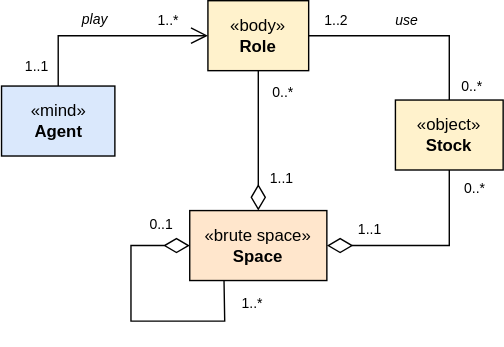
This is docs/diagrams/base_model.drawio.svg from MalcomChumchouaPenda/MC-AB-SFC2, a draw.io export, as it was before one commit. Source tidied: cells renumbered, new cells last; positions are measured from the earlier drawing's top-left corner, leaving out a move shared by most shapes.
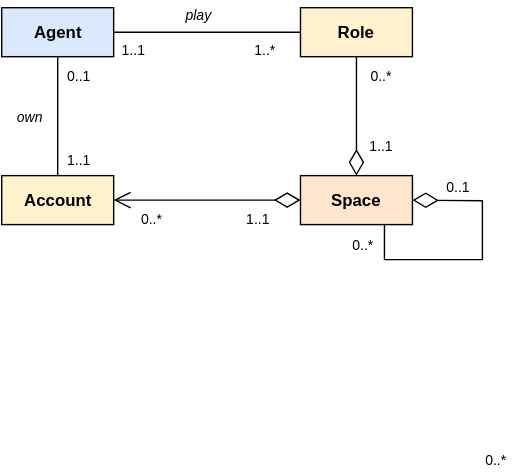
After the commit.

What changed in the source:
```diff
@@ -2,74 +2,77 @@
   <root>
     <mxCell id="0" />
     <mxCell id="1" parent="0" />
-    <mxCell id="2" value="1..2" style="text;html=1;align=center;verticalAlign=middle;whiteSpace=wrap;rounded=0;fontSize=10;strokeColor=none;fontStyle=0;" parent="1" vertex="1">
-      <mxGeometry x="224" y="4" width="30" height="20" as="geometry" />
+    <mxCell id="2" value="0..1" style="text;html=1;align=center;verticalAlign=middle;whiteSpace=wrap;rounded=0;fontSize=10;strokeColor=none;fontStyle=0;" parent="1" vertex="1">
+      <mxGeometry x="295" y="159" width="20" height="15" as="geometry" />
     </mxCell>
     <mxCell id="3" value="0..*" style="text;html=1;align=center;verticalAlign=middle;whiteSpace=wrap;rounded=0;fontSize=10;strokeColor=none;fontStyle=0;" parent="1" vertex="1">
-      <mxGeometry x="323" y="124" width="30" height="20" as="geometry" />
+      <mxGeometry x="317" y="352" width="30" height="20" as="geometry" />
     </mxCell>
-    <mxCell id="4" style="edgeStyle=orthogonalEdgeStyle;html=1;entryX=0;entryY=0.5;entryDx=0;entryDy=0;endArrow=open;endFill=0;endSize=10;startSize=10;strokeColor=#000000;fontStyle=1;exitX=0.5;exitY=0;exitDx=0;exitDy=0;rounded=0;curved=0;" parent="1" edge="1" source="5" target="6">
+    <mxCell id="4" style="edgeStyle=orthogonalEdgeStyle;html=1;entryX=0;entryY=0.5;entryDx=0;entryDy=0;endArrow=none;endFill=0;endSize=10;startSize=10;strokeColor=#000000;fontStyle=1;exitX=1;exitY=0.5;exitDx=0;exitDy=0;rounded=0;curved=0;" parent="1" edge="1" source="5" target="6">
       <mxGeometry relative="1" as="geometry" />
     </mxCell>
-    <mxCell id="5" value="«mind»&lt;br&gt;&lt;b&gt;Agent&lt;/b&gt;" style="html=1;whiteSpace=wrap;fillColor=#dae8fc;strokeColor=#000000;" parent="1" vertex="1">
-      <mxGeometry x="-0.5" y="61" width="81" height="50" as="geometry" />
+    <mxCell id="5" value="&lt;b&gt;Agent&lt;/b&gt;" style="html=1;whiteSpace=wrap;fillColor=#dae8fc;strokeColor=#000000;" parent="1" vertex="1">
+      <mxGeometry x="-21.5" y="39" width="80" height="35" as="geometry" />
     </mxCell>
-    <mxCell id="6" value="«body»&lt;br&gt;&lt;b&gt;Role&lt;/b&gt;" style="html=1;whiteSpace=wrap;fillColor=#fff2cc;strokeColor=#000000;" parent="1" vertex="1">
-      <mxGeometry x="147" width="72" height="50" as="geometry" />
+    <mxCell id="6" value="&lt;b&gt;Role&lt;/b&gt;" style="html=1;whiteSpace=wrap;fillColor=#fff2cc;strokeColor=#000000;" parent="1" vertex="1">
+      <mxGeometry x="192" y="39" width="80" height="35" as="geometry" />
     </mxCell>
-    <mxCell id="7" style="edgeStyle=orthogonalEdgeStyle;html=1;entryX=0.5;entryY=1;entryDx=0;entryDy=0;rounded=0;strokeColor=#000000;endArrow=none;endFill=0;startArrow=diamondThin;startFill=0;endSize=16;startSize=16;exitX=1;exitY=0.5;exitDx=0;exitDy=0;" parent="1" edge="1" source="8" target="9">
+    <mxCell id="7" style="edgeStyle=orthogonalEdgeStyle;html=1;entryX=1;entryY=0.5;entryDx=0;entryDy=0;rounded=0;strokeColor=#000000;endArrow=open;endFill=0;startArrow=diamondThin;startFill=0;endSize=10;startSize=16;exitX=0;exitY=0.5;exitDx=0;exitDy=0;" parent="1" edge="1" source="8" target="9">
       <mxGeometry relative="1" as="geometry" />
     </mxCell>
-    <mxCell id="8" value="«brute space»&lt;br&gt;&lt;b&gt;Space&lt;/b&gt;" style="html=1;whiteSpace=wrap;fillColor=#ffe6cc;strokeColor=#000000;" parent="1" vertex="1">
-      <mxGeometry x="134" y="150" width="98" height="50" as="geometry" />
+    <mxCell id="8" value="&lt;b&gt;Space&lt;/b&gt;" style="html=1;whiteSpace=wrap;fillColor=#ffe6cc;strokeColor=#000000;" parent="1" vertex="1">
+      <mxGeometry x="192" y="159" width="80" height="35" as="geometry" />
     </mxCell>
-    <mxCell id="9" value="«object»&lt;br&gt;&lt;b&gt;Stock&lt;/b&gt;" style="html=1;whiteSpace=wrap;fillColor=#fff2cc;strokeColor=#000000;" parent="1" vertex="1">
-      <mxGeometry x="281" y="71" width="77" height="50" as="geometry" />
+    <mxCell id="9" value="&lt;b&gt;Account&lt;/b&gt;" style="html=1;whiteSpace=wrap;fillColor=#fff2cc;strokeColor=#000000;" parent="1" vertex="1">
+      <mxGeometry x="-21.5" y="159" width="80" height="35" as="geometry" />
     </mxCell>
     <mxCell id="10" value="1..1" style="text;html=1;align=center;verticalAlign=middle;whiteSpace=wrap;rounded=0;fontSize=10;strokeColor=none;fontStyle=0;" parent="1" vertex="1">
-      <mxGeometry x="10" y="37" width="30" height="20" as="geometry" />
+      <mxGeometry x="63" y="61" width="20" height="15" as="geometry" />
     </mxCell>
     <mxCell id="11" value="1..*" style="text;html=1;align=center;verticalAlign=middle;whiteSpace=wrap;rounded=0;fontSize=10;strokeColor=none;fontStyle=0;" parent="1" vertex="1">
-      <mxGeometry x="104" y="4" width="30" height="20" as="geometry" />
+      <mxGeometry x="157" y="61" width="20" height="15" as="geometry" />
     </mxCell>
     <mxCell id="12" style="edgeStyle=orthogonalEdgeStyle;html=1;entryX=0.5;entryY=0;entryDx=0;entryDy=0;exitX=0.5;exitY=1;exitDx=0;exitDy=0;startArrow=none;startFill=0;endArrow=diamondThin;endFill=0;rounded=0;strokeColor=#000000;endSize=16;startSize=16;" parent="1" edge="1" source="6" target="8">
       <mxGeometry relative="1" as="geometry" />
     </mxCell>
-    <mxCell id="13" style="edgeStyle=orthogonalEdgeStyle;html=1;rounded=0;strokeColor=#000000;endArrow=none;endFill=0;startArrow=none;startFill=0;endSize=16;startSize=16;exitX=1;exitY=0.5;exitDx=0;exitDy=0;" parent="1" edge="1" source="6" target="9">
+    <mxCell id="13" style="edgeStyle=orthogonalEdgeStyle;html=1;rounded=0;strokeColor=#000000;endArrow=none;endFill=0;startArrow=none;startFill=0;endSize=16;startSize=16;exitX=0.5;exitY=1;exitDx=0;exitDy=0;" parent="1" edge="1" source="5" target="9">
       <mxGeometry relative="1" as="geometry" />
     </mxCell>
-    <mxCell id="14" style="endArrow=diamondThin;html=1;entryX=0;entryY=0.5;entryDx=0;entryDy=0;exitX=0.25;exitY=1;exitDx=0;exitDy=0;strokeColor=default;rounded=0;curved=0;endFill=0;endSize=16;startSize=16;" parent="1" edge="1" source="8" target="8">
+    <mxCell id="14" style="endArrow=diamondThin;html=1;entryX=1;entryY=0.5;entryDx=0;entryDy=0;exitX=0.75;exitY=1;exitDx=0;exitDy=0;strokeColor=default;rounded=0;curved=0;endFill=0;endSize=16;startSize=16;" parent="1" edge="1" source="8" target="8">
       <mxGeometry relative="1" as="geometry">
         <Array as="points">
-          <mxPoint x="159" y="229" />
-          <mxPoint x="92" y="229" />
-          <mxPoint x="92" y="175" />
+          <mxPoint x="252" y="219" />
+          <mxPoint x="322" y="219" />
+          <mxPoint x="322" y="177" />
         </Array>
       </mxGeometry>
     </mxCell>
-    <mxCell id="15" value="use" style="text;html=1;align=center;verticalAlign=middle;whiteSpace=wrap;rounded=0;fontSize=10;strokeColor=none;fontStyle=2;" parent="1" vertex="1">
-      <mxGeometry x="270" y="4" width="39" height="20" as="geometry" />
+    <mxCell id="15" value="own" style="text;html=1;align=center;verticalAlign=middle;whiteSpace=wrap;rounded=0;fontSize=10;strokeColor=none;fontStyle=2;" parent="1" vertex="1">
+      <mxGeometry x="-16" y="107" width="30" height="20" as="geometry" />
     </mxCell>
-    <mxCell id="16" value="1..*" style="text;html=1;align=center;verticalAlign=middle;whiteSpace=wrap;rounded=0;fontSize=10;strokeColor=none;fontStyle=0;" parent="1" vertex="1">
-      <mxGeometry x="164" y="206" width="30" height="20" as="geometry" />
+    <mxCell id="16" value="0..*" style="text;html=1;align=center;verticalAlign=middle;whiteSpace=wrap;rounded=0;fontSize=10;strokeColor=none;fontStyle=0;" parent="1" vertex="1">
+      <mxGeometry x="227" y="201" width="20" height="15" as="geometry" />
     </mxCell>
     <mxCell id="17" value="0..1" style="text;html=1;align=center;verticalAlign=middle;whiteSpace=wrap;rounded=0;fontSize=10;strokeColor=none;fontStyle=0;" parent="1" vertex="1">
-      <mxGeometry x="99" y="150" width="30" height="20" as="geometry" />
+      <mxGeometry x="24" y="80" width="20" height="15" as="geometry" />
     </mxCell>
     <mxCell id="18" value="play" style="text;html=1;align=center;verticalAlign=middle;whiteSpace=wrap;rounded=0;fontSize=10;strokeColor=none;fontStyle=2;" parent="1" vertex="1">
-      <mxGeometry x="47" y="3" width="39" height="20" as="geometry" />
+      <mxGeometry x="99.5" y="34" width="39" height="20" as="geometry" />
     </mxCell>
     <mxCell id="19" value="0..*" style="text;html=1;align=center;verticalAlign=middle;whiteSpace=wrap;rounded=0;fontSize=10;strokeColor=none;fontStyle=0;" parent="1" vertex="1">
-      <mxGeometry x="321" y="51" width="30" height="20" as="geometry" />
+      <mxGeometry x="240" y="80" width="20" height="15" as="geometry" />
     </mxCell>
     <mxCell id="20" value="1..1" style="text;html=1;align=center;verticalAlign=middle;whiteSpace=wrap;rounded=0;fontSize=10;strokeColor=none;fontStyle=0;" parent="1" vertex="1">
-      <mxGeometry x="248" y="153" width="30" height="20" as="geometry" />
+      <mxGeometry x="24" y="140" width="20" height="15" as="geometry" />
     </mxCell>
     <mxCell id="21" value="1..1" style="text;html=1;align=center;verticalAlign=middle;whiteSpace=wrap;rounded=0;fontSize=10;strokeColor=none;fontStyle=0;" parent="1" vertex="1">
-      <mxGeometry x="185" y="117" width="30" height="20" as="geometry" />
+      <mxGeometry x="152" y="182" width="20" height="15" as="geometry" />
     </mxCell>
     <mxCell id="22" value="0..*" style="text;html=1;align=center;verticalAlign=middle;whiteSpace=wrap;rounded=0;fontSize=10;strokeColor=none;fontStyle=0;" parent="1" vertex="1">
-      <mxGeometry x="186" y="55" width="30" height="20" as="geometry" />
+      <mxGeometry x="76" y="182" width="20" height="15" as="geometry" />
     </mxCell>
+    <mxCell id="23" value="1..1" style="text;html=1;align=center;verticalAlign=middle;whiteSpace=wrap;rounded=0;fontSize=10;strokeColor=none;fontStyle=0;" parent="1" vertex="1">
+      <mxGeometry x="240" y="130" width="20" height="15" as="geometry" />
+    </mxCell>
   </root>
 </mxGraphModel>
```
